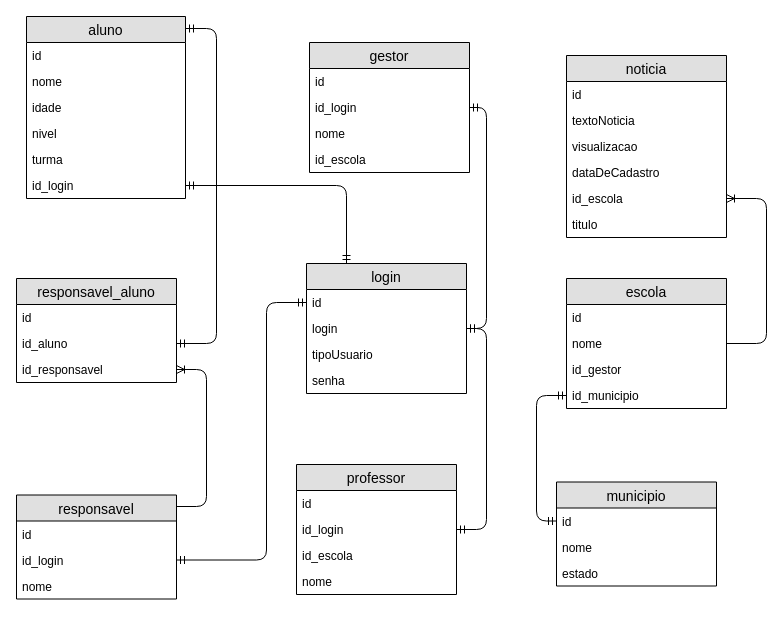
Earlier version of the draw.io diagram ModeloRelacional.drawio (juliaguardiani/diagramas). Source tidied: cells renumbered, new cells numbered last; positions are measured from the earlier drawing's top-left corner, leaving out a move shared by most shapes. Both pictures are drawn from the tidied source at 100%, with x=0, y=0 at pixel (16, 16).
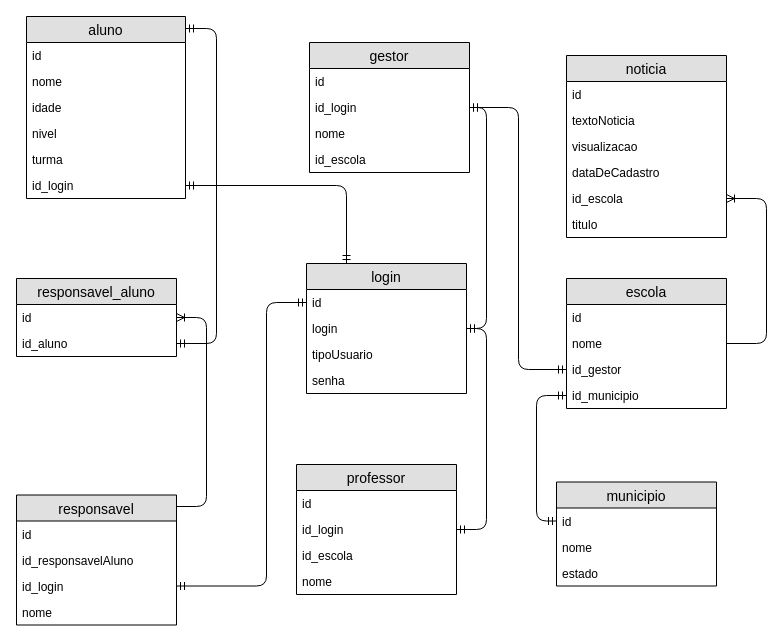
After the change.

Unchanged cells that the change refers to:
```xml
<mxCell id="2" value="gestor" style="swimlane;fontStyle=0;horizontal=1;startSize=26;fillColor=#e0e0e0;swimlaneFillColor=#ffffff;align=center;fontSize=14;" parent="1" vertex="1">
  <mxGeometry x="293" y="26" width="160" height="130" as="geometry" />
</mxCell>
<mxCell id="10" value="id_gestor" style="text;strokeColor=none;fillColor=none;spacingLeft=4;spacingRight=4;overflow=hidden;points=[[0,0.5],[1,0.5]];portConstraint=eastwest;fontSize=12;" parent="7" vertex="1">
  <mxGeometry y="78" width="160" height="26" as="geometry" />
</mxCell>
<mxCell id="38" value="id" style="text;strokeColor=none;fillColor=none;spacingLeft=4;spacingRight=4;overflow=hidden;points=[[0,0.5],[1,0.5]];portConstraint=eastwest;fontSize=12;" parent="37" vertex="1">
  <mxGeometry y="26" width="160" height="26" as="geometry" />
</mxCell>
```

The edit, as a diff of the source:
```diff
@@
     <mxCell id="19" value="responsavel" style="swimlane;fontStyle=0;horizontal=1;startSize=26;fillColor=#e0e0e0;swimlaneFillColor=#ffffff;align=center;fontSize=14;" parent="1" vertex="1">
-      <mxGeometry y="478.5" width="160" height="104" as="geometry" />
+      <mxGeometry y="478.5" width="160" height="130" as="geometry" />
     </mxCell>
@@
+    <mxCell id="56" value="id_responsavelAluno" style="text;strokeColor=none;fillColor=none;spacingLeft=4;spacingRight=4;overflow=hidden;fontSize=12;" parent="19" vertex="1">
+      <mxGeometry y="52" width="160" height="26" as="geometry" />
+    </mxCell>
     <mxCell id="21" value="id_login" style="text;strokeColor=none;fillColor=none;spacingLeft=4;spacingRight=4;overflow=hidden;points=[[0,0.5],[1,0.5]];portConstraint=eastwest;fontSize=12;" parent="19" vertex="1">
-      <mxGeometry y="52" width="160" height="26" as="geometry" />
+      <mxGeometry y="78" width="160" height="26" as="geometry" />
     </mxCell>
     <mxCell id="22" value="nome" style="text;strokeColor=none;fillColor=none;spacingLeft=4;spacingRight=4;overflow=hidden;fontSize=12;" parent="19" vertex="1">
-      <mxGeometry y="78" width="160" height="26" as="geometry" />
+      <mxGeometry y="104" width="160" height="26" as="geometry" />
     </mxCell>
@@
     <mxCell id="37" value="responsavel_aluno" style="swimlane;fontStyle=0;horizontal=1;startSize=26;fillColor=#e0e0e0;swimlaneFillColor=#ffffff;align=center;fontSize=14;" parent="1" vertex="1">
-      <mxGeometry y="262" width="160" height="104" as="geometry" />
+      <mxGeometry y="262" width="160" height="78" as="geometry" />
     </mxCell>
@@
-    <mxCell id="40" value="id_responsavel" style="text;strokeColor=none;fillColor=none;spacingLeft=4;spacingRight=4;overflow=hidden;points=[[0,0.5],[1,0.5]];portConstraint=eastwest;fontSize=12;" parent="37" vertex="1">
-      <mxGeometry y="78" width="160" height="26" as="geometry" />
-    </mxCell>
@@
-    <mxCell id="49" style="edgeStyle=entityRelationEdgeStyle;fontSize=12;html=1;endArrow=ERoneToMany;" parent="1" edge="1" target="40">
+    <mxCell id="49" style="edgeStyle=entityRelationEdgeStyle;fontSize=12;html=1;endArrow=ERoneToMany;" parent="1" edge="1" target="38">
       <mxGeometry relative="1" as="geometry">
         <mxPoint x="160" y="490" as="sourcePoint" />
       </mxGeometry>
     </mxCell>
@@
+    <mxCell id="57" style="edgeStyle=elbowEdgeStyle;fontSize=12;html=1;endArrow=ERmandOne;startArrow=ERmandOne;" parent="1" edge="1" source="2" target="10">
+      <mxGeometry relative="1" as="geometry" />
+    </mxCell>
```
